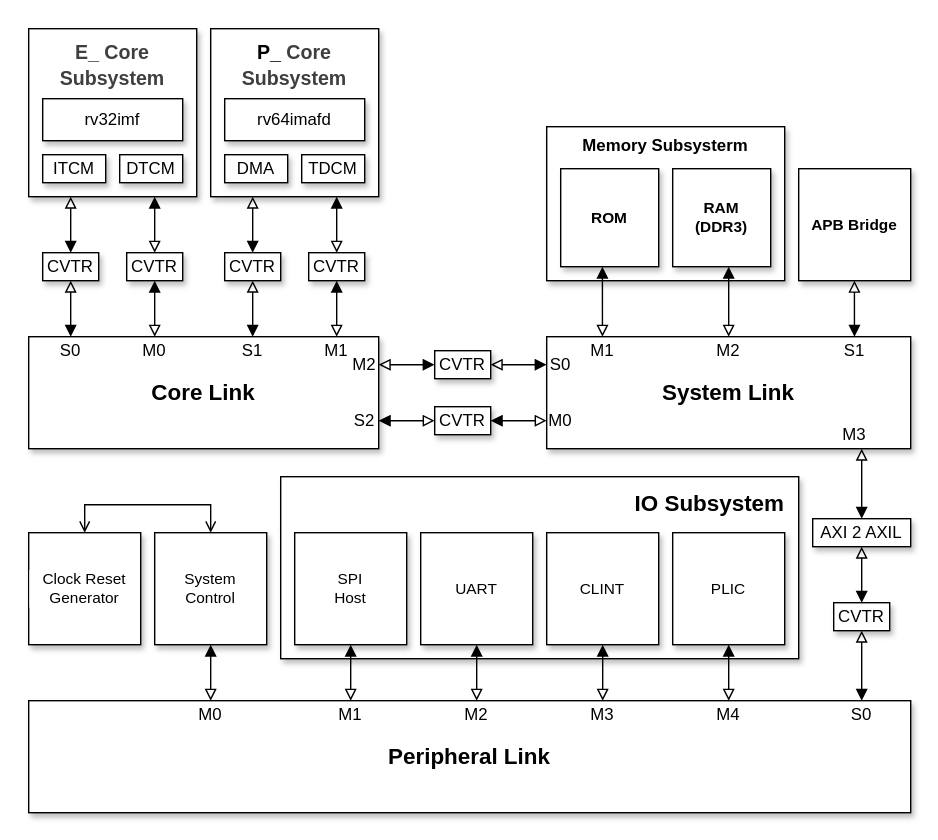
Earlier version of the draw.io export document/svg/detailed_architecture.svg (TecknozBD/Hyper-Titan). Source tidied: cells renumbered, new cells last; positions are measured from the earlier drawing's top-left corner, leaving out a move shared by most shapes.
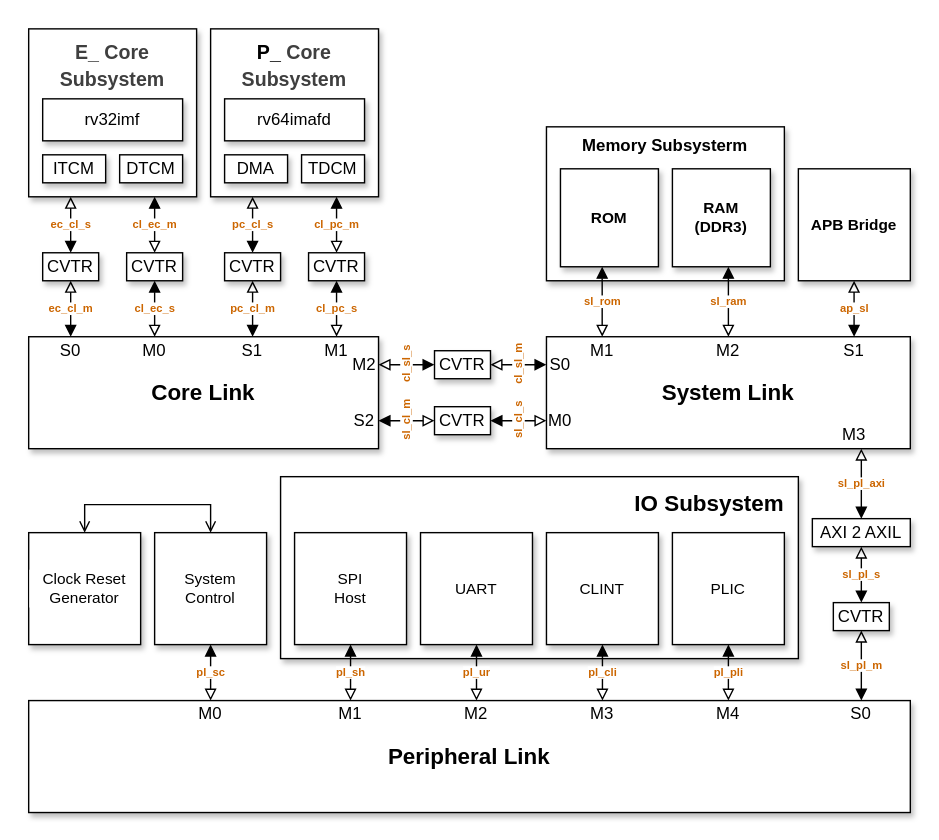
The same diagram one commit later.

What changed in the source:
```diff
@@ -21,25 +21,19 @@
     <mxCell id="8" value="&lt;div&gt;&lt;span style=&quot;font-size: 14px;&quot;&gt;P_&lt;/span&gt;&lt;span style=&quot;color: rgb(63, 63, 63); font-size: 14px; background-color: transparent;&quot;&gt;Core&lt;/span&gt;&lt;/div&gt;&lt;div&gt;&lt;span style=&quot;color: rgb(63, 63, 63); font-size: 14px; background-color: transparent;&quot;&gt;Subsystem&lt;/span&gt;&lt;/div&gt;" style="rounded=0;whiteSpace=wrap;html=1;fontStyle=1;fontSize=16;shadow=1;verticalAlign=top;" parent="3" vertex="1">
       <mxGeometry x="150" y="20" width="120" height="120" as="geometry" />
     </mxCell>
-    <mxCell id="9" style="edgeStyle=orthogonalEdgeStyle;shape=connector;rounded=0;jettySize=auto;html=1;exitX=1;exitY=0.75;exitDx=0;exitDy=0;entryX=0;entryY=0.5;entryDx=0;entryDy=0;strokeColor=default;align=center;verticalAlign=middle;fontFamily=Helvetica;fontSize=11;fontColor=default;labelBackgroundColor=default;startArrow=block;startFill=1;endArrow=block;endFill=0;" parent="3" edge="1" source="6" target="35">
+    <mxCell id="9" value="sl_cl_m" style="edgeStyle=orthogonalEdgeStyle;shape=connector;rounded=0;jettySize=auto;html=1;exitX=1;exitY=0.75;exitDx=0;exitDy=0;entryX=0;entryY=0.5;entryDx=0;entryDy=0;strokeColor=default;align=center;verticalAlign=middle;fontFamily=Helvetica;fontSize=8;fontColor=#CC6600;labelBackgroundColor=default;startArrow=block;startFill=1;endArrow=block;endFill=0;horizontal=0;fontStyle=1;" parent="3" edge="1" source="6" target="35">
       <mxGeometry relative="1" as="geometry" />
     </mxCell>
     <mxCell id="10" value="CVTR" style="rounded=0;whiteSpace=wrap;html=1;shadow=1;" parent="3" vertex="1">
       <mxGeometry x="30" y="180" width="40" height="20" as="geometry" />
     </mxCell>
-    <mxCell id="11" style="edgeStyle=orthogonalEdgeStyle;shape=connector;rounded=0;jettySize=auto;html=1;exitX=0;exitY=0.25;exitDx=0;exitDy=0;entryX=1;entryY=0.5;entryDx=0;entryDy=0;strokeColor=default;align=center;verticalAlign=middle;fontFamily=Helvetica;fontSize=11;fontColor=default;labelBackgroundColor=default;startArrow=block;startFill=1;endArrow=block;endFill=0;" parent="3" edge="1" source="12" target="33">
+    <mxCell id="11" value="cl_sl_m" style="edgeStyle=orthogonalEdgeStyle;shape=connector;rounded=0;jettySize=auto;html=1;exitX=0;exitY=0.25;exitDx=0;exitDy=0;entryX=1;entryY=0.5;entryDx=0;entryDy=0;strokeColor=default;align=center;verticalAlign=middle;fontFamily=Helvetica;fontSize=8;fontColor=#CC6600;labelBackgroundColor=default;startArrow=block;startFill=1;endArrow=block;endFill=0;horizontal=0;fontStyle=1;" parent="3" edge="1" source="12" target="33">
       <mxGeometry relative="1" as="geometry" />
     </mxCell>
     <mxCell id="12" value="System Link" style="rounded=0;whiteSpace=wrap;html=1;fontFamily=Helvetica;fontSize=16;fontColor=default;labelBackgroundColor=default;fontStyle=1;shadow=1;" parent="3" vertex="1">
       <mxGeometry x="390" y="240" width="260" height="80" as="geometry" />
     </mxCell>
-    <mxCell id="13" style="rounded=0;orthogonalLoop=1;jettySize=auto;html=1;endArrow=block;endFill=0;startArrow=block;startFill=1;" parent="3" edge="1">
-      <mxGeometry relative="1" as="geometry">
-        <mxPoint x="50" y="240" as="sourcePoint" />
-        <mxPoint x="50" y="200" as="targetPoint" />
-      </mxGeometry>
-    </mxCell>
-    <mxCell id="14" style="rounded=0;orthogonalLoop=1;jettySize=auto;html=1;endArrow=block;endFill=0;startArrow=block;startFill=1;" parent="3" edge="1">
+    <mxCell id="14" value="ec_cl_s" style="rounded=0;orthogonalLoop=1;jettySize=auto;html=1;endArrow=block;endFill=0;startArrow=block;startFill=1;fontSize=8;fontStyle=1;fontColor=#CC6600;" parent="3" edge="1">
       <mxGeometry relative="1" as="geometry">
         <mxPoint x="50" y="180" as="sourcePoint" />
         <mxPoint x="50" y="140" as="targetPoint" />
@@ -48,7 +42,7 @@
     <mxCell id="15" value="RAM&lt;div&gt;(DDR3)&lt;/div&gt;" style="rounded=0;whiteSpace=wrap;html=1;fontFamily=Helvetica;fontSize=11;fontColor=default;labelBackgroundColor=default;shadow=1;fontStyle=1;" parent="3" vertex="1">
       <mxGeometry x="480" y="120" width="70" height="70" as="geometry" />
     </mxCell>
-    <mxCell id="16" style="edgeStyle=orthogonalEdgeStyle;rounded=0;jettySize=auto;html=1;endArrow=block;endFill=0;startArrow=block;startFill=1;" parent="3" edge="1" source="15" target="12">
+    <mxCell id="16" value="sl_ram" style="edgeStyle=orthogonalEdgeStyle;rounded=0;jettySize=auto;html=1;endArrow=block;endFill=0;startArrow=block;startFill=1;fontSize=8;fontStyle=1;fontColor=#CC6600;" parent="3" edge="1" source="15" target="12">
       <mxGeometry relative="1" as="geometry">
         <Array as="points">
           <mxPoint x="520" y="200" />
@@ -59,7 +53,7 @@
     <mxCell id="17" value="ROM" style="rounded=0;whiteSpace=wrap;html=1;fontFamily=Helvetica;fontSize=11;fontColor=default;labelBackgroundColor=default;shadow=1;fontStyle=1;" parent="3" vertex="1">
       <mxGeometry x="400" y="120" width="70" height="70" as="geometry" />
     </mxCell>
-    <mxCell id="18" style="edgeStyle=orthogonalEdgeStyle;rounded=0;jettySize=auto;html=1;endArrow=block;endFill=0;startArrow=block;startFill=1;" parent="3" edge="1" source="17">
+    <mxCell id="18" value="sl_rom" style="edgeStyle=orthogonalEdgeStyle;rounded=0;jettySize=auto;html=1;endArrow=block;endFill=0;startArrow=block;startFill=1;fontSize=8;fontStyle=1;fontColor=#CC6600;" parent="3" edge="1" source="17">
       <mxGeometry relative="1" as="geometry">
         <mxPoint x="429.8" y="240" as="targetPoint" />
         <Array as="points">
@@ -70,13 +64,13 @@
     <mxCell id="19" value="Peripheral Link" style="rounded=0;whiteSpace=wrap;html=1;fontFamily=Helvetica;fontSize=16;fontColor=default;labelBackgroundColor=default;fontStyle=1;shadow=1;" parent="3" vertex="1">
       <mxGeometry x="20" y="500" width="630" height="80" as="geometry" />
     </mxCell>
-    <mxCell id="20" style="rounded=0;jettySize=auto;html=1;endArrow=block;endFill=0;startArrow=block;startFill=1;entryX=0.75;entryY=1;entryDx=0;entryDy=0;" parent="3" edge="1" source="30" target="63">
+    <mxCell id="20" value="sl_pl_axi" style="rounded=0;jettySize=auto;html=1;endArrow=block;endFill=0;startArrow=block;startFill=1;entryX=0.75;entryY=1;entryDx=0;entryDy=0;fontSize=8;fontStyle=1;fontColor=#CC6600;" parent="3" edge="1" source="30" target="63">
       <mxGeometry relative="1" as="geometry" />
     </mxCell>
     <mxCell id="21" value="&lt;b&gt;APB Bridge&lt;/b&gt;" style="rounded=0;whiteSpace=wrap;html=1;fontFamily=Helvetica;fontSize=11;fontColor=default;labelBackgroundColor=default;shadow=1;" parent="3" vertex="1">
       <mxGeometry x="570" y="120" width="80" height="80" as="geometry" />
     </mxCell>
-    <mxCell id="22" style="edgeStyle=orthogonalEdgeStyle;rounded=0;orthogonalLoop=1;jettySize=auto;html=1;endArrow=block;endFill=0;startArrow=block;startFill=1;" parent="3" edge="1">
+    <mxCell id="22" value="ap_sl" style="edgeStyle=orthogonalEdgeStyle;rounded=0;orthogonalLoop=1;jettySize=auto;html=1;endArrow=block;endFill=0;startArrow=block;startFill=1;fontSize=8;fontStyle=1;fontColor=#CC6600;" parent="3" edge="1">
       <mxGeometry relative="1" as="geometry">
         <mxPoint x="609.8" y="240" as="sourcePoint" />
         <mxPoint x="609.8" y="200" as="targetPoint" />
@@ -95,7 +89,7 @@
     <mxCell id="25" value="Clock Reset Generator" style="rounded=0;whiteSpace=wrap;html=1;fontFamily=Helvetica;fontSize=11;fontColor=default;labelBackgroundColor=default;shadow=1;" parent="3" vertex="1">
       <mxGeometry x="20" y="380" width="80" height="80" as="geometry" />
     </mxCell>
-    <mxCell id="26" style="edgeStyle=orthogonalEdgeStyle;rounded=0;orthogonalLoop=1;jettySize=auto;html=1;endArrow=block;endFill=0;startArrow=block;startFill=1;" parent="3" edge="1">
+    <mxCell id="26" value="pl_sh" style="edgeStyle=orthogonalEdgeStyle;rounded=0;orthogonalLoop=1;jettySize=auto;html=1;endArrow=block;endFill=0;startArrow=block;startFill=1;fontSize=8;fontStyle=1;fontColor=#CC6600;" parent="3" edge="1">
       <mxGeometry relative="1" as="geometry">
         <mxPoint x="250" y="460" as="sourcePoint" />
         <mxPoint x="250" y="500" as="targetPoint" />
@@ -105,7 +99,7 @@
         </Array>
       </mxGeometry>
     </mxCell>
-    <mxCell id="27" style="edgeStyle=orthogonalEdgeStyle;rounded=0;orthogonalLoop=1;jettySize=auto;html=1;endArrow=block;endFill=0;startArrow=block;startFill=1;" parent="3" edge="1">
+    <mxCell id="27" value="pl_ur" style="edgeStyle=orthogonalEdgeStyle;rounded=0;orthogonalLoop=1;jettySize=auto;html=1;endArrow=block;endFill=0;startArrow=block;startFill=1;fontSize=8;fontStyle=1;fontColor=#CC6600;" parent="3" edge="1">
       <mxGeometry relative="1" as="geometry">
         <mxPoint x="340" y="460" as="sourcePoint" />
         <mxPoint x="340" y="500" as="targetPoint" />
@@ -118,24 +112,24 @@
     <mxCell id="28" value="&lt;span style=&quot;color: rgb(0, 0, 0);&quot;&gt;CVTR&lt;/span&gt;" style="rounded=0;whiteSpace=wrap;html=1;shadow=1;" parent="3" vertex="1">
       <mxGeometry x="595" y="430" width="40" height="20" as="geometry" />
     </mxCell>
-    <mxCell id="29" style="rounded=0;jettySize=auto;html=1;endArrow=block;endFill=0;startArrow=block;startFill=1;" parent="3" edge="1" source="28" target="30">
+    <mxCell id="29" value="sl_pl_s" style="rounded=0;jettySize=auto;html=1;endArrow=block;endFill=0;startArrow=block;startFill=1;fontSize=8;fontStyle=1;fontColor=#CC6600;" parent="3" edge="1" source="28" target="30">
       <mxGeometry relative="1" as="geometry" />
     </mxCell>
     <mxCell id="30" value="AXI 2 AXIL" style="rounded=0;whiteSpace=wrap;html=1;shadow=1;" parent="3" vertex="1">
       <mxGeometry x="580" y="370" width="70" height="20" as="geometry" />
     </mxCell>
-    <mxCell id="31" style="rounded=0;jettySize=auto;html=1;endArrow=block;endFill=0;startArrow=block;startFill=1;" parent="3" edge="1" target="28">
+    <mxCell id="31" value="sl_pl_m" style="rounded=0;jettySize=auto;html=1;endArrow=block;endFill=0;startArrow=block;startFill=1;fontSize=8;fontStyle=1;fontColor=#CC6600;" parent="3" edge="1" target="28">
       <mxGeometry relative="1" as="geometry">
         <mxPoint x="615" y="500" as="sourcePoint" />
       </mxGeometry>
     </mxCell>
-    <mxCell id="32" style="edgeStyle=orthogonalEdgeStyle;shape=connector;rounded=0;jettySize=auto;html=1;entryX=1;entryY=0.25;entryDx=0;entryDy=0;strokeColor=default;align=center;verticalAlign=middle;fontFamily=Helvetica;fontSize=11;fontColor=default;labelBackgroundColor=default;startArrow=block;startFill=1;endArrow=block;endFill=0;" parent="3" edge="1" source="33" target="6">
+    <mxCell id="32" value="cl_sl_s" style="edgeStyle=orthogonalEdgeStyle;shape=connector;rounded=0;jettySize=auto;html=1;entryX=1;entryY=0.25;entryDx=0;entryDy=0;strokeColor=default;align=center;verticalAlign=middle;fontFamily=Helvetica;fontSize=8;fontColor=#CC6600;labelBackgroundColor=default;startArrow=block;startFill=1;endArrow=block;endFill=0;horizontal=0;fontStyle=1;" parent="3" edge="1" source="33" target="6">
       <mxGeometry relative="1" as="geometry" />
     </mxCell>
     <mxCell id="33" value="&lt;span style=&quot;color: rgb(0, 0, 0);&quot;&gt;CVTR&lt;/span&gt;" style="rounded=0;whiteSpace=wrap;html=1;shadow=1;" parent="3" vertex="1">
       <mxGeometry x="310" y="250" width="40" height="20" as="geometry" />
     </mxCell>
-    <mxCell id="34" style="edgeStyle=orthogonalEdgeStyle;shape=connector;rounded=0;jettySize=auto;html=1;entryX=0;entryY=0.75;entryDx=0;entryDy=0;strokeColor=default;align=center;verticalAlign=middle;fontFamily=Helvetica;fontSize=11;fontColor=default;labelBackgroundColor=default;startArrow=block;startFill=1;endArrow=block;endFill=0;" parent="3" edge="1" source="35" target="12">
+    <mxCell id="34" value="sl_cl_s" style="edgeStyle=orthogonalEdgeStyle;shape=connector;rounded=0;jettySize=auto;html=1;entryX=0;entryY=0.75;entryDx=0;entryDy=0;strokeColor=default;align=center;verticalAlign=middle;fontFamily=Helvetica;fontSize=8;fontColor=#CC6600;labelBackgroundColor=default;startArrow=block;startFill=1;endArrow=block;endFill=0;horizontal=0;fontStyle=1;" parent="3" edge="1" source="35" target="12">
       <mxGeometry relative="1" as="geometry" />
     </mxCell>
     <mxCell id="35" value="&lt;span style=&quot;color: rgb(0, 0, 0);&quot;&gt;CVTR&lt;/span&gt;" style="rounded=0;whiteSpace=wrap;html=1;shadow=1;" parent="3" vertex="1">
@@ -152,7 +146,7 @@
     <mxCell id="37" value="System&lt;div&gt;Control&lt;/div&gt;" style="rounded=0;whiteSpace=wrap;html=1;fontFamily=Helvetica;fontSize=11;fontColor=default;labelBackgroundColor=default;shadow=1;" parent="3" vertex="1">
       <mxGeometry x="110" y="380" width="80" height="80" as="geometry" />
     </mxCell>
-    <mxCell id="38" style="edgeStyle=orthogonalEdgeStyle;rounded=0;orthogonalLoop=1;jettySize=auto;html=1;endArrow=block;endFill=0;startArrow=block;startFill=1;" parent="3" edge="1">
+    <mxCell id="38" value="pl_sc" style="edgeStyle=orthogonalEdgeStyle;rounded=0;orthogonalLoop=1;jettySize=auto;html=1;endArrow=block;endFill=0;startArrow=block;startFill=1;fontSize=8;fontStyle=1;fontColor=#CC6600;" parent="3" edge="1">
       <mxGeometry relative="1" as="geometry">
         <mxPoint x="150" y="460" as="sourcePoint" />
         <mxPoint x="150" y="500" as="targetPoint" />
@@ -165,13 +159,13 @@
     <mxCell id="39" value="&lt;span style=&quot;color: rgb(0, 0, 0);&quot;&gt;CVTR&lt;/span&gt;" style="rounded=0;whiteSpace=wrap;html=1;direction=west;shadow=1;" parent="3" vertex="1">
       <mxGeometry x="90" y="180" width="40" height="20" as="geometry" />
     </mxCell>
-    <mxCell id="40" style="rounded=0;orthogonalLoop=1;jettySize=auto;html=1;endArrow=block;endFill=0;startArrow=block;startFill=1;" parent="3" edge="1">
+    <mxCell id="40" value="cl_ec_s" style="rounded=0;orthogonalLoop=1;jettySize=auto;html=1;endArrow=block;endFill=0;startArrow=block;startFill=1;fontSize=8;fontStyle=1;fontColor=#CC6600;" parent="3" edge="1">
       <mxGeometry relative="1" as="geometry">
         <mxPoint x="110" y="200" as="sourcePoint" />
         <mxPoint x="110" y="240" as="targetPoint" />
       </mxGeometry>
     </mxCell>
-    <mxCell id="41" style="rounded=0;orthogonalLoop=1;jettySize=auto;html=1;endArrow=block;endFill=0;startArrow=block;startFill=1;" parent="3" edge="1">
+    <mxCell id="41" value="cl_ec_m" style="rounded=0;orthogonalLoop=1;jettySize=auto;html=1;endArrow=block;endFill=0;startArrow=block;startFill=1;fontSize=8;fontStyle=1;fontColor=#CC6600;" parent="3" edge="1">
       <mxGeometry relative="1" as="geometry">
         <mxPoint x="110" y="140" as="sourcePoint" />
         <mxPoint x="110" y="180" as="targetPoint" />
@@ -180,13 +174,13 @@
     <mxCell id="42" value="&lt;span style=&quot;color: rgb(0, 0, 0);&quot;&gt;CVTR&lt;/span&gt;" style="rounded=0;whiteSpace=wrap;html=1;shadow=1;" parent="3" vertex="1">
       <mxGeometry x="160" y="180" width="40" height="20" as="geometry" />
     </mxCell>
-    <mxCell id="43" style="rounded=0;orthogonalLoop=1;jettySize=auto;html=1;endArrow=block;endFill=0;startArrow=block;startFill=1;" parent="3" edge="1">
+    <mxCell id="43" value="pc_cl_m" style="rounded=0;orthogonalLoop=1;jettySize=auto;html=1;endArrow=block;endFill=0;startArrow=block;startFill=1;fontSize=8;fontStyle=1;fontColor=#CC6600;" parent="3" edge="1">
       <mxGeometry relative="1" as="geometry">
         <mxPoint x="180" y="240" as="sourcePoint" />
         <mxPoint x="180" y="200" as="targetPoint" />
       </mxGeometry>
     </mxCell>
-    <mxCell id="44" style="rounded=0;orthogonalLoop=1;jettySize=auto;html=1;endArrow=block;endFill=0;startArrow=block;startFill=1;" parent="3" edge="1">
+    <mxCell id="44" value="pc_cl_s" style="rounded=0;orthogonalLoop=1;jettySize=auto;html=1;endArrow=block;endFill=0;startArrow=block;startFill=1;fontSize=8;fontStyle=1;fontColor=#CC6600;" parent="3" edge="1">
       <mxGeometry relative="1" as="geometry">
         <mxPoint x="180" y="180" as="sourcePoint" />
         <mxPoint x="180" y="140" as="targetPoint" />
@@ -195,13 +189,13 @@
     <mxCell id="45" value="&lt;span style=&quot;color: rgb(0, 0, 0);&quot;&gt;CVTR&lt;/span&gt;" style="rounded=0;whiteSpace=wrap;html=1;direction=west;shadow=1;" parent="3" vertex="1">
       <mxGeometry x="220" y="180" width="40" height="20" as="geometry" />
     </mxCell>
-    <mxCell id="46" style="rounded=0;orthogonalLoop=1;jettySize=auto;html=1;endArrow=block;endFill=0;startArrow=block;startFill=1;" parent="3" edge="1">
+    <mxCell id="46" value="cl_pc_s" style="rounded=0;orthogonalLoop=1;jettySize=auto;html=1;endArrow=block;endFill=0;startArrow=block;startFill=1;fontSize=8;fontStyle=1;fontColor=#CC6600;" parent="3" edge="1">
       <mxGeometry relative="1" as="geometry">
         <mxPoint x="240" y="200" as="sourcePoint" />
         <mxPoint x="240" y="240" as="targetPoint" />
       </mxGeometry>
     </mxCell>
-    <mxCell id="47" style="rounded=0;orthogonalLoop=1;jettySize=auto;html=1;endArrow=block;endFill=0;startArrow=block;startFill=1;" parent="3" edge="1">
+    <mxCell id="47" value="cl_pc_m" style="rounded=0;orthogonalLoop=1;jettySize=auto;html=1;endArrow=block;endFill=0;startArrow=block;startFill=1;fontSize=8;fontStyle=1;fontColor=#CC6600;" parent="3" edge="1">
       <mxGeometry relative="1" as="geometry">
         <mxPoint x="240" y="140" as="sourcePoint" />
         <mxPoint x="240" y="180" as="targetPoint" />
@@ -210,7 +204,7 @@
     <mxCell id="48" value="CLINT" style="rounded=0;whiteSpace=wrap;html=1;fontFamily=Helvetica;fontSize=11;fontColor=default;labelBackgroundColor=default;shadow=1;" parent="3" vertex="1">
       <mxGeometry x="390" y="380" width="80" height="80" as="geometry" />
     </mxCell>
-    <mxCell id="49" style="edgeStyle=orthogonalEdgeStyle;rounded=0;orthogonalLoop=1;jettySize=auto;html=1;endArrow=block;endFill=0;startArrow=block;startFill=1;" parent="3" edge="1">
+    <mxCell id="49" value="pl_cli" style="edgeStyle=orthogonalEdgeStyle;rounded=0;orthogonalLoop=1;jettySize=auto;html=1;endArrow=block;endFill=0;startArrow=block;startFill=1;fontSize=8;fontStyle=1;fontColor=#CC6600;" parent="3" edge="1">
       <mxGeometry relative="1" as="geometry">
         <mxPoint x="430" y="460" as="sourcePoint" />
         <mxPoint x="430" y="500" as="targetPoint" />
@@ -223,7 +217,7 @@
     <mxCell id="50" value="PLIC" style="rounded=0;whiteSpace=wrap;html=1;fontFamily=Helvetica;fontSize=11;fontColor=default;labelBackgroundColor=default;shadow=1;" parent="3" vertex="1">
       <mxGeometry x="480" y="380" width="80" height="80" as="geometry" />
     </mxCell>
-    <mxCell id="51" style="edgeStyle=orthogonalEdgeStyle;rounded=0;orthogonalLoop=1;jettySize=auto;html=1;endArrow=block;endFill=0;startArrow=block;startFill=1;" parent="3" edge="1">
+    <mxCell id="51" value="pl_pli" style="edgeStyle=orthogonalEdgeStyle;rounded=0;orthogonalLoop=1;jettySize=auto;html=1;endArrow=block;endFill=0;startArrow=block;startFill=1;fontSize=8;fontStyle=1;fontColor=#CC6600;" parent="3" edge="1">
       <mxGeometry relative="1" as="geometry">
         <mxPoint x="520" y="460" as="sourcePoint" />
         <mxPoint x="520" y="500" as="targetPoint" />
@@ -305,5 +299,11 @@
     <mxCell id="75" value="rv64imafd" style="whiteSpace=wrap;html=1;shadow=1;" parent="3" vertex="1">
       <mxGeometry x="160" y="70" width="100" height="30" as="geometry" />
     </mxCell>
+    <mxCell id="76" value="ec_cl_m" style="rounded=0;orthogonalLoop=1;jettySize=auto;html=1;endArrow=block;endFill=0;startArrow=block;startFill=1;fontSize=8;fontStyle=1;fontColor=#CC6600;" parent="3" edge="1">
+      <mxGeometry relative="1" as="geometry">
+        <mxPoint x="50" y="240" as="sourcePoint" />
+        <mxPoint x="50" y="200" as="targetPoint" />
+      </mxGeometry>
+    </mxCell>
   </root>
 </mxGraphModel>
```
